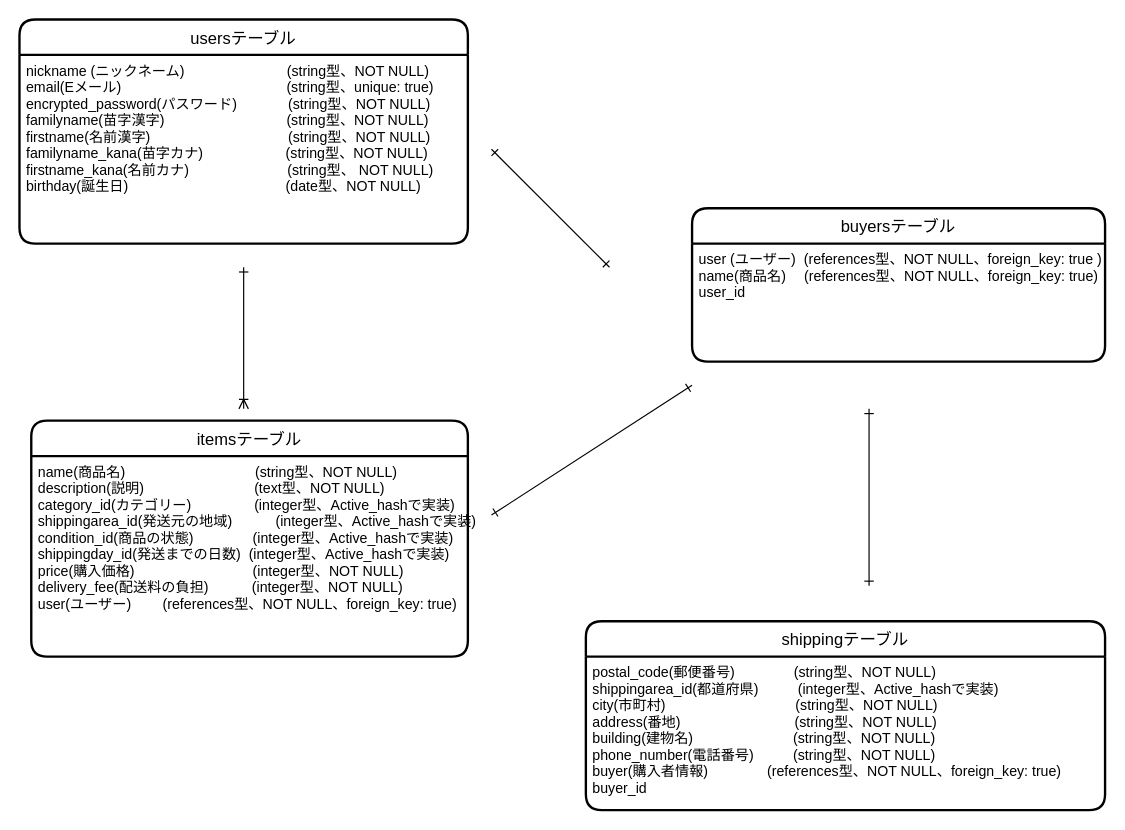
Before: furima-34505.dio in shuuuyan/furima-34505, a draw.io diagram. Source tidied: cells renumbered, new cells numbered last; positions are measured from the earlier drawing's top-left corner, leaving out a move shared by most shapes. Both pictures are drawn from the tidied source at 118%, with x=0, y=0 at pixel (19, 19).
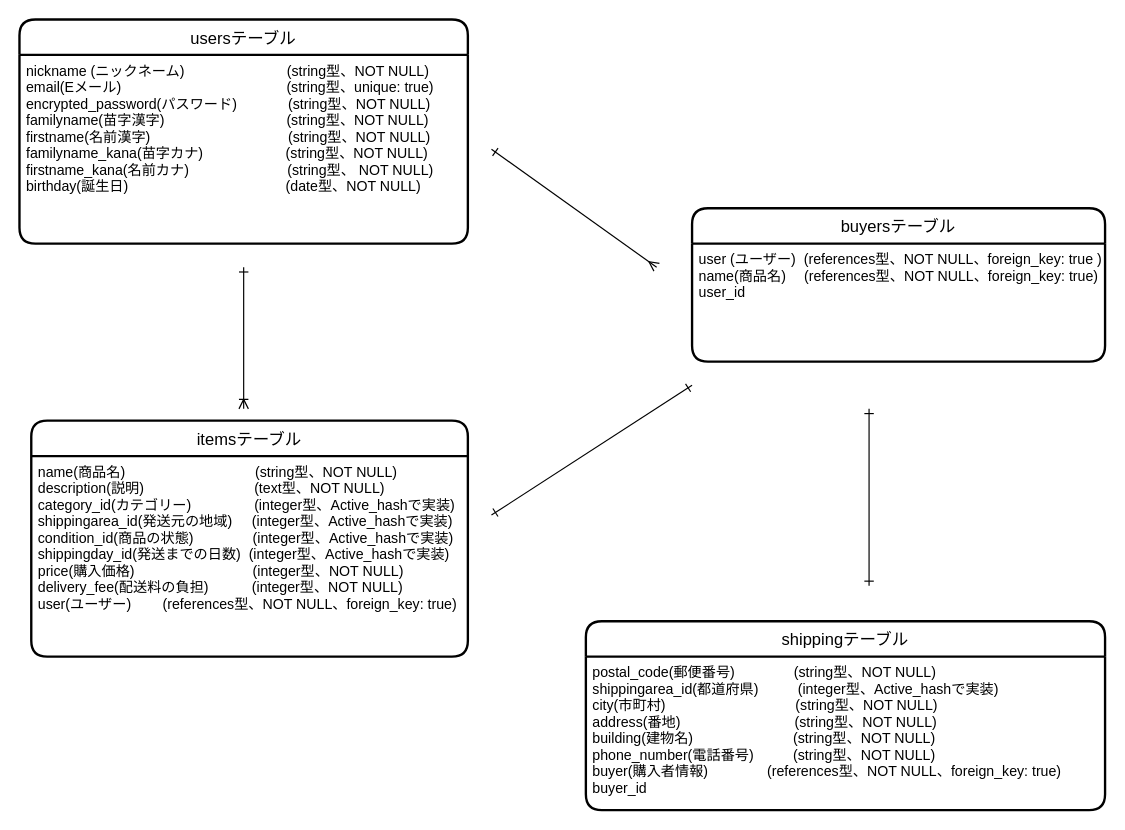
After the change.

Commit message (it also covers changes not shown here):
データベース設計修正8

What changed in the source:
```diff
@@
 <mxGraphModel>
   <root>
     <mxCell id="0" />
     <mxCell id="1" parent="0" />
     <mxCell id="2" value="usersテーブル" style="swimlane;horizontal=1;startSize=30;rounded=1;fontSize=14;fontStyle=0;strokeWidth=2;shadow=0;dashed=0;align=center;" parent="1" vertex="1">
       <mxGeometry width="380" height="190" as="geometry" />
     </mxCell>
     <mxCell id="3" value="nickname (ニックネーム)                          (string型、NOT NULL)&#10;email(Eメール)                                          (string型、unique: true)&#10;encrypted_password(パスワード)             (string型、NOT NULL)&#10;familyname(苗字漢字)                               (string型、NOT NULL)&#10;firstname(名前漢字)                                   (string型、NOT NULL)&#10;familyname_kana(苗字カナ)                     (string型、NOT NULL)&#10;firstname_kana(名前カナ)                         (string型、 NOT NULL)&#10;birthday(誕生日)                                        (date型、NOT NULL)&#10;" style="align=left;strokeColor=none;fillColor=none;spacingLeft=4;fontSize=12;verticalAlign=top;" parent="2" vertex="1">
       <mxGeometry y="30" width="380" height="160" as="geometry" />
     </mxCell>
     <mxCell id="4" value="itemsテーブル" style="swimlane;horizontal=1;startSize=30;rounded=1;fontSize=14;fontStyle=0;strokeWidth=2;shadow=0;dashed=0;align=center;" parent="1" vertex="1">
       <mxGeometry x="10" y="340" width="370" height="200" as="geometry" />
     </mxCell>
-    <mxCell id="5" value="name(商品名)                                 (string型、NOT NULL)&#10;description(説明)                            (text型、NOT NULL) &#10;category_id(カテゴリー)                (integer型、Active_hashで実装)&#10;shippingarea_id(発送元の地域)           (integer型、Active_hashで実装)&#10;condition_id(商品の状態)               (integer型、Active_hashで実装)&#10;shippingday_id(発送までの日数)  (integer型、Active_hashで実装)&#10;price(購入価格)                              (integer型、NOT NULL)&#10;delivery_fee(配送料の負担)           (integer型、NOT NULL)&#10;user(ユーザー)        (references型、NOT NULL、foreign_key: true)&#10;" style="align=left;strokeColor=none;fillColor=none;spacingLeft=4;fontSize=12;verticalAlign=top;" parent="4" vertex="1">
+    <mxCell id="5" value="name(商品名)                                 (string型、NOT NULL)&#10;description(説明)                            (text型、NOT NULL) &#10;category_id(カテゴリー)                (integer型、Active_hashで実装)&#10;shippingarea_id(発送元の地域)     (integer型、Active_hashで実装)&#10;condition_id(商品の状態)               (integer型、Active_hashで実装)&#10;shippingday_id(発送までの日数)  (integer型、Active_hashで実装)&#10;price(購入価格)                              (integer型、NOT NULL)&#10;delivery_fee(配送料の負担)           (integer型、NOT NULL)&#10;user(ユーザー)        (references型、NOT NULL、foreign_key: true)&#10;" style="align=left;strokeColor=none;fillColor=none;spacingLeft=4;fontSize=12;verticalAlign=top;" parent="4" vertex="1">
       <mxGeometry y="30" width="370" height="170" as="geometry" />
     </mxCell>
     <mxCell id="6" value="shippingテーブル" style="swimlane;horizontal=1;startSize=30;rounded=1;fontSize=14;fontStyle=0;strokeWidth=2;shadow=0;dashed=0;align=center;" parent="1" vertex="1">
       <mxGeometry x="480" y="510" width="440" height="160" as="geometry" />
     </mxCell>
     <mxCell id="7" value="postal_code(郵便番号)               (string型、NOT NULL)&#10;shippingarea_id(都道府県)          (integer型、Active_hashで実装)&#10;city(市町村)                                 (string型、NOT NULL)&#10;address(番地)                             (string型、NOT NULL)&#10;building(建物名)          　　　　 (string型、NOT NULL)&#10;phone_number(電話番号)          (string型、NOT NULL)&#10;buyer(購入者情報)               (references型、NOT NULL、foreign_key: true)&#10;buyer_id&#10;" style="align=left;strokeColor=none;fillColor=none;spacingLeft=4;fontSize=12;verticalAlign=top;" parent="6" vertex="1">
       <mxGeometry y="30" width="440" height="130" as="geometry" />
     </mxCell>
     <mxCell id="8" style="edgeStyle=none;rounded=0;orthogonalLoop=1;jettySize=auto;html=1;startArrow=ERone;startFill=0;endArrow=ERone;endFill=0;" parent="1" edge="1">
       <mxGeometry relative="1" as="geometry">
         <mxPoint x="720" y="330" as="sourcePoint" />
         <mxPoint x="720" y="480" as="targetPoint" />
       </mxGeometry>
     </mxCell>
     <mxCell id="9" value="buyersテーブル" style="swimlane;horizontal=1;startSize=30;rounded=1;fontSize=14;fontStyle=0;strokeWidth=2;shadow=0;dashed=0;align=center;" parent="1" vertex="1">
       <mxGeometry x="570" y="160" width="350" height="130" as="geometry" />
     </mxCell>
     <mxCell id="10" value="user (ユーザー)  (references型、NOT NULL、foreign_key: true )&#10;name(商品名)　 (references型、NOT NULL、foreign_key: true)&#10;user_id&#10;" style="align=left;strokeColor=none;fillColor=none;spacingLeft=4;fontSize=12;verticalAlign=top;" parent="9" vertex="1">
       <mxGeometry y="30" width="350" height="100" as="geometry" />
     </mxCell>
     <mxCell id="11" style="edgeStyle=orthogonalEdgeStyle;rounded=0;orthogonalLoop=1;jettySize=auto;html=1;endArrow=ERoneToMany;endFill=0;startArrow=ERone;startFill=0;" parent="1" edge="1">
       <mxGeometry relative="1" as="geometry">
         <mxPoint x="190" y="210" as="sourcePoint" />
         <mxPoint x="190" y="330" as="targetPoint" />
       </mxGeometry>
     </mxCell>
     <mxCell id="12" style="edgeStyle=none;rounded=0;orthogonalLoop=1;jettySize=auto;html=1;startArrow=ERone;startFill=0;endArrow=ERone;endFill=0;" parent="1" edge="1">
       <mxGeometry relative="1" as="geometry">
         <mxPoint x="400" y="420" as="sourcePoint" />
         <mxPoint x="570" y="310" as="targetPoint" />
       </mxGeometry>
     </mxCell>
-    <mxCell id="13" style="rounded=0;orthogonalLoop=1;jettySize=auto;html=1;startArrow=ERone;startFill=0;endArrow=ERone;endFill=0;" parent="1" edge="1">
+    <mxCell id="13" style="rounded=0;orthogonalLoop=1;jettySize=auto;html=1;startArrow=ERmany;startFill=0;endArrow=ERone;endFill=0;" parent="1" edge="1">
       <mxGeometry relative="1" as="geometry">
-        <mxPoint x="500" y="210" as="sourcePoint" />
+        <mxPoint x="540" y="210" as="sourcePoint" />
         <mxPoint x="400" y="110" as="targetPoint" />
       </mxGeometry>
     </mxCell>
   </root>
 </mxGraphModel>
```
